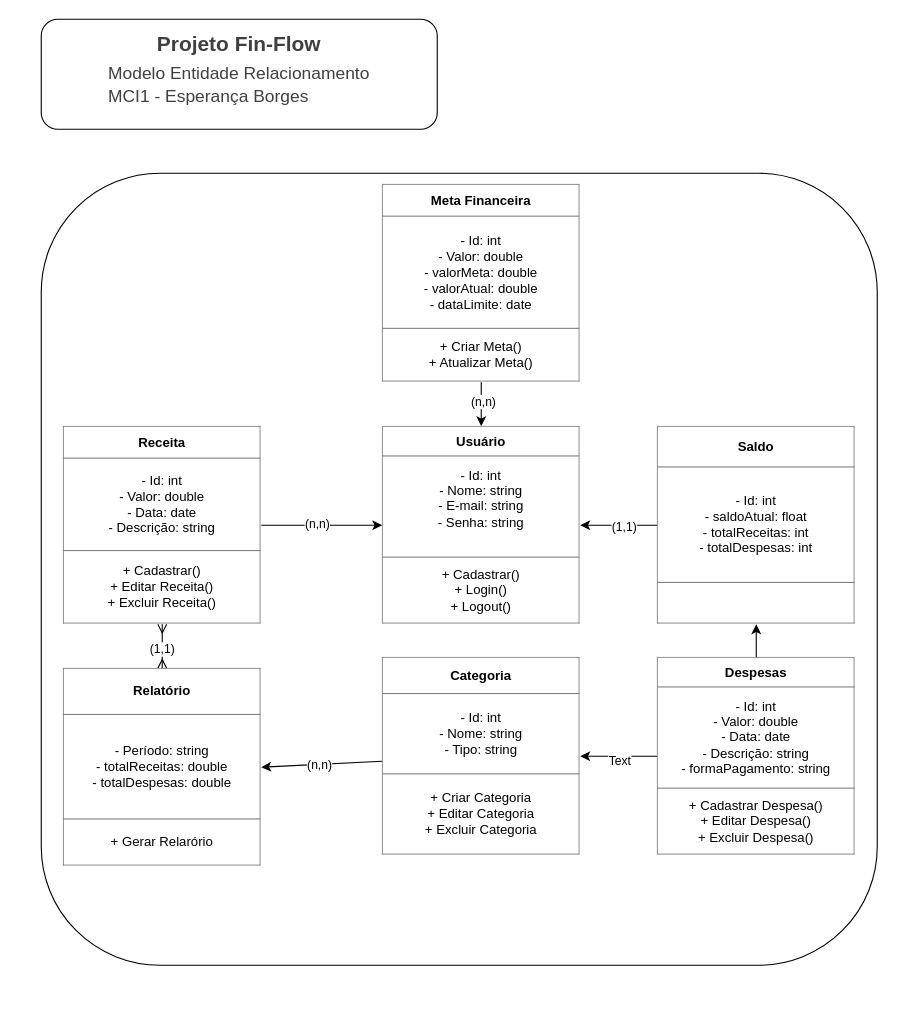
Earlier version of the draw.io diagram mer.drawio (Project-FinFlow/Documentation). Source tidied: cells renumbered, new cells numbered last; positions are measured from the earlier drawing's top-left corner, leaving out a move shared by most shapes. Both pictures are drawn from the tidied source at 110%, with x=0, y=0 at pixel (41, 19).
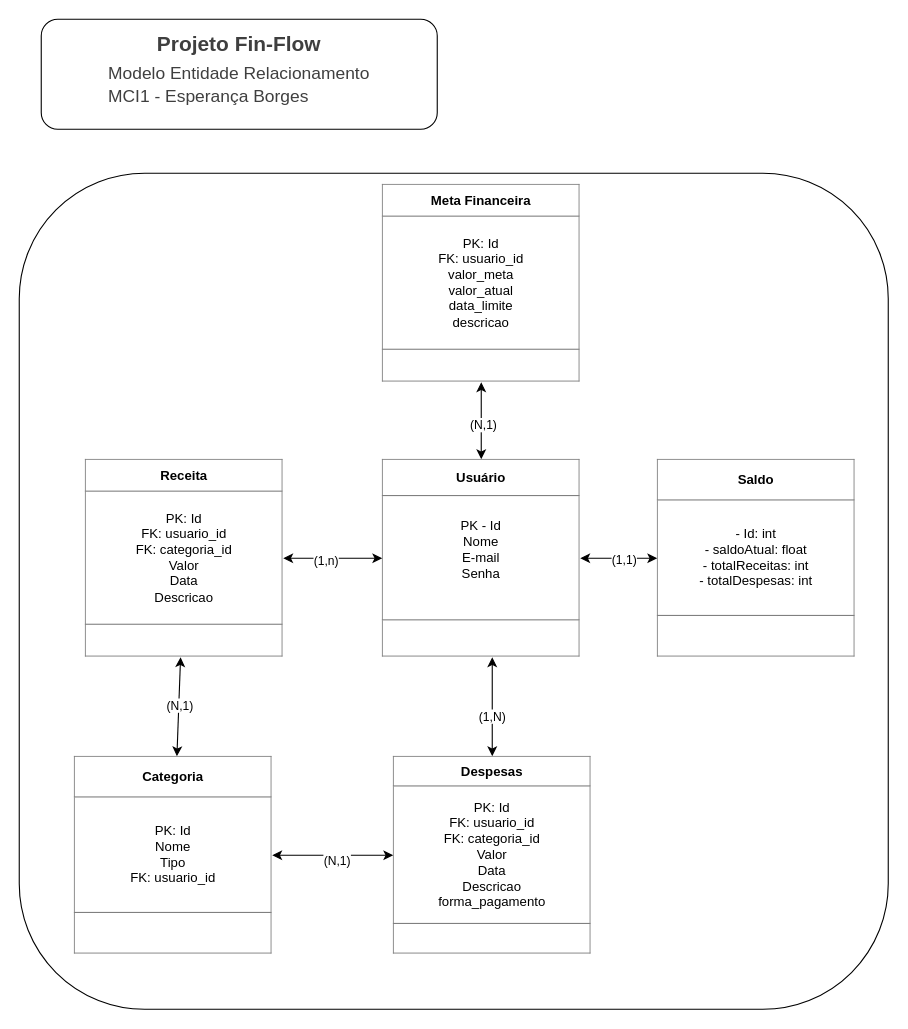
The same page after the edit.

What changed in the source:
```diff
@@
     <mxCell id="2" style="rounded=1;whiteSpace=wrap;html=1;" parent="1" vertex="1">
-      <mxGeometry y="140" width="760" height="720" as="geometry" />
+      <mxGeometry x="-20" y="140" width="790" height="760" as="geometry" />
     </mxCell>
+    <mxCell id="24" style="edgeStyle=none;html=1;entryX=0.5;entryY=1;entryDx=0;entryDy=0;startArrow=classic;startFill=1;" parent="1" edge="1" source="3" target="9">
+      <mxGeometry relative="1" as="geometry" />
+    </mxCell>
+    <mxCell id="25" value="(N,1)" style="edgeLabel;html=1;align=center;verticalAlign=middle;" parent="24" vertex="1">
+      <mxGeometry x="-0.09" y="-1" relative="1" as="geometry" />
+    </mxCell>
-    <mxCell id="3" value="&lt;table border=&quot;1&quot; width=&quot;100%&quot; height=&quot;100%&quot; cellpadding=&quot;4&quot; style=&quot;width:100%;height:100%;border-collapse:collapse;&quot;&gt;&lt;tbody&gt;&lt;tr&gt;&lt;th align=&quot;center&quot;&gt;&lt;b&gt;&lt;font style=&quot;color: light-dark(rgb(0, 0, 0), rgb(255, 255, 255));&quot;&gt;Usuário&lt;/font&gt;&lt;/b&gt;&lt;/th&gt;&lt;/tr&gt;&lt;tr&gt;&lt;td align=&quot;center&quot;&gt;&lt;font style=&quot;color: light-dark(rgb(0, 0, 0), rgb(255, 255, 255));&quot;&gt;- Id: int&lt;br&gt;- Nome: string&lt;br&gt;- E-mail: string&lt;br&gt;- Senha: string&lt;br&gt;&lt;br&gt;&lt;/font&gt;&lt;/td&gt;&lt;/tr&gt;&lt;tr&gt;&lt;td align=&quot;center&quot;&gt;&lt;font style=&quot;color: light-dark(rgb(0, 0, 0), rgb(255, 255, 255));&quot;&gt;+ Cadastrar()&lt;br&gt;+ Login()&lt;br&gt;+ Logout()&lt;/font&gt;&lt;/td&gt;&lt;/tr&gt;&lt;/tbody&gt;&lt;/table&gt;" style="text;html=1;whiteSpace=wrap;strokeColor=none;fillColor=none;overflow=fill;" parent="1" vertex="1">
-      <mxGeometry x="310" y="370" width="180" height="180" as="geometry" />
+    <mxCell id="3" value="&lt;table border=&quot;1&quot; width=&quot;100%&quot; height=&quot;100%&quot; cellpadding=&quot;4&quot; style=&quot;width:100%;height:100%;border-collapse:collapse;&quot;&gt;&lt;tbody&gt;&lt;tr&gt;&lt;th align=&quot;center&quot;&gt;&lt;b&gt;&lt;font style=&quot;color: light-dark(rgb(0, 0, 0), rgb(255, 255, 255));&quot;&gt;Usuário&lt;/font&gt;&lt;/b&gt;&lt;/th&gt;&lt;/tr&gt;&lt;tr&gt;&lt;td align=&quot;center&quot;&gt;&lt;font style=&quot;color: light-dark(rgb(0, 0, 0), rgb(255, 255, 255));&quot;&gt;PK - Id&lt;br&gt;Nome&lt;br&gt;E-mail&lt;br&gt;Senha&lt;br&gt;&lt;br&gt;&lt;/font&gt;&lt;/td&gt;&lt;/tr&gt;&lt;tr&gt;&lt;td align=&quot;center&quot;&gt;&lt;br&gt;&lt;/td&gt;&lt;/tr&gt;&lt;/tbody&gt;&lt;/table&gt;" style="text;html=1;whiteSpace=wrap;strokeColor=none;fillColor=none;overflow=fill;" parent="1" vertex="1">
+      <mxGeometry x="310" y="400" width="180" height="180" as="geometry" />
     </mxCell>
-    <mxCell id="4" style="edgeStyle=none;html=1;entryX=0;entryY=0.5;entryDx=0;entryDy=0;" parent="1" edge="1" source="6" target="3">
+    <mxCell id="4" style="edgeStyle=none;html=1;entryX=0;entryY=0.5;entryDx=0;entryDy=0;startArrow=classic;startFill=1;" parent="1" edge="1" source="6" target="3">
       <mxGeometry relative="1" as="geometry" />
     </mxCell>
-    <mxCell id="5" value="(n,n)" style="edgeLabel;html=1;align=center;verticalAlign=middle;" parent="4" vertex="1">
-      <mxGeometry x="-0.09" y="2" relative="1" as="geometry" />
-    </mxCell>
+    <mxCell id="26" value="(1,n)" style="edgeLabel;html=1;align=center;verticalAlign=middle;" parent="4" vertex="1">
+      <mxGeometry x="-0.16" y="-2" relative="1" as="geometry" />
+    </mxCell>
+    <mxCell id="27" style="edgeStyle=none;html=1;endArrow=classic;endFill=1;startArrow=classic;startFill=1;" parent="1" edge="1" source="6" target="12">
+      <mxGeometry relative="1" as="geometry" />
+    </mxCell>
+    <mxCell id="28" value="(N,1)" style="edgeLabel;html=1;align=center;verticalAlign=middle;" parent="27" vertex="1">
+      <mxGeometry x="-0.05" y="3" relative="1" as="geometry">
+        <mxPoint x="-3" as="offset" />
+      </mxGeometry>
+    </mxCell>
-    <mxCell id="6" value="&lt;table border=&quot;1&quot; width=&quot;100%&quot; height=&quot;100%&quot; cellpadding=&quot;4&quot; style=&quot;width:100%;height:100%;border-collapse:collapse;&quot;&gt;&lt;tbody&gt;&lt;tr&gt;&lt;th align=&quot;center&quot;&gt;&lt;b&gt;&lt;font style=&quot;color: light-dark(rgb(0, 0, 0), rgb(255, 255, 255));&quot;&gt;Receita&lt;/font&gt;&lt;/b&gt;&lt;/th&gt;&lt;/tr&gt;&lt;tr&gt;&lt;td align=&quot;center&quot;&gt;&lt;span&gt;&lt;font style=&quot;color: light-dark(rgb(0, 0, 0), rgb(255, 255, 255));&quot;&gt;- Id: int&lt;br&gt;- Valor: double&lt;br&gt;- Data: date&lt;br&gt;- Descrição: string&lt;/font&gt;&lt;/span&gt;&lt;/td&gt;&lt;/tr&gt;&lt;tr&gt;&lt;td align=&quot;center&quot;&gt;&lt;font style=&quot;color: light-dark(rgb(0, 0, 0), rgb(255, 255, 255));&quot;&gt;+ Cadastrar()&lt;br&gt;+ Editar Receita()&lt;br&gt;+ Excluir Receita()&lt;/font&gt;&lt;/td&gt;&lt;/tr&gt;&lt;/tbody&gt;&lt;/table&gt;" style="text;html=1;whiteSpace=wrap;strokeColor=none;fillColor=none;overflow=fill;" parent="1" vertex="1">
-      <mxGeometry x="20" y="370" width="180" height="180" as="geometry" />
+    <mxCell id="6" value="&lt;table border=&quot;1&quot; width=&quot;100%&quot; height=&quot;100%&quot; cellpadding=&quot;4&quot; style=&quot;width:100%;height:100%;border-collapse:collapse;&quot;&gt;&lt;tbody&gt;&lt;tr&gt;&lt;th align=&quot;center&quot;&gt;&lt;b&gt;&lt;font style=&quot;color: light-dark(rgb(0, 0, 0), rgb(255, 255, 255));&quot;&gt;Receita&lt;/font&gt;&lt;/b&gt;&lt;/th&gt;&lt;/tr&gt;&lt;tr&gt;&lt;td align=&quot;center&quot;&gt;&lt;span&gt;&lt;font style=&quot;color: light-dark(rgb(0, 0, 0), rgb(255, 255, 255));&quot;&gt;PK: Id&lt;br&gt;FK: usuario_id&lt;br&gt;FK: categoria_id&lt;br&gt;Valor&lt;br&gt;Data&lt;br&gt;Descricao&lt;/font&gt;&lt;/span&gt;&lt;/td&gt;&lt;/tr&gt;&lt;tr&gt;&lt;td align=&quot;center&quot;&gt;&lt;br&gt;&lt;/td&gt;&lt;/tr&gt;&lt;/tbody&gt;&lt;/table&gt;" style="text;html=1;whiteSpace=wrap;strokeColor=none;fillColor=none;overflow=fill;" parent="1" vertex="1">
+      <mxGeometry x="40" y="400" width="180" height="180" as="geometry" />
     </mxCell>
-    <mxCell id="7" style="edgeStyle=none;html=1;" parent="1" edge="1" source="9" target="3">
-      <mxGeometry relative="1" as="geometry" />
-    </mxCell>
-    <mxCell id="8" value="(n,n)" style="edgeLabel;html=1;align=center;verticalAlign=middle;" parent="7" vertex="1">
-      <mxGeometry x="-0.15" y="1" relative="1" as="geometry" />
-    </mxCell>
-    <mxCell id="9" value="&lt;table border=&quot;1&quot; width=&quot;100%&quot; height=&quot;100%&quot; cellpadding=&quot;4&quot; style=&quot;width:100%;height:100%;border-collapse:collapse;&quot;&gt;&lt;tbody&gt;&lt;tr&gt;&lt;th align=&quot;center&quot;&gt;&lt;font style=&quot;color: light-dark(rgb(0, 0, 0), rgb(255, 255, 255));&quot;&gt;Meta Financeira&lt;/font&gt;&lt;/th&gt;&lt;/tr&gt;&lt;tr&gt;&lt;td align=&quot;center&quot;&gt;&lt;font style=&quot;color: light-dark(rgb(0, 0, 0), rgb(255, 255, 255));&quot;&gt;- Id: int&lt;br&gt;- Valor: double&lt;br&gt;- valorMeta: double&lt;br&gt;- valorAtual: double&lt;br&gt;- dataLimite: date&lt;/font&gt;&lt;/td&gt;&lt;/tr&gt;&lt;tr&gt;&lt;td align=&quot;center&quot;&gt;&lt;font style=&quot;color: light-dark(rgb(0, 0, 0), rgb(255, 255, 255));&quot;&gt;+ Criar Meta()&lt;br&gt;+ Atualizar Meta()&lt;/font&gt;&lt;/td&gt;&lt;/tr&gt;&lt;/tbody&gt;&lt;/table&gt;" style="text;html=1;whiteSpace=wrap;strokeColor=none;fillColor=none;overflow=fill;" parent="1" vertex="1">
+    <mxCell id="9" value="&lt;table border=&quot;1&quot; width=&quot;100%&quot; height=&quot;100%&quot; cellpadding=&quot;4&quot; style=&quot;width:100%;height:100%;border-collapse:collapse;&quot;&gt;&lt;tbody&gt;&lt;tr&gt;&lt;th align=&quot;center&quot;&gt;&lt;font style=&quot;color: light-dark(rgb(0, 0, 0), rgb(255, 255, 255));&quot;&gt;Meta Financeira&lt;/font&gt;&lt;/th&gt;&lt;/tr&gt;&lt;tr&gt;&lt;td align=&quot;center&quot;&gt;&lt;font style=&quot;color: light-dark(rgb(0, 0, 0), rgb(255, 255, 255));&quot;&gt;PK: Id&lt;br&gt;FK: usuario_id&lt;br&gt;valor_meta&lt;br&gt;valor_atual&lt;br&gt;data_limite&lt;br&gt;descricao&lt;/font&gt;&lt;/td&gt;&lt;/tr&gt;&lt;tr&gt;&lt;td align=&quot;center&quot;&gt;&lt;br&gt;&lt;/td&gt;&lt;/tr&gt;&lt;/tbody&gt;&lt;/table&gt;" style="text;html=1;whiteSpace=wrap;strokeColor=none;fillColor=none;overflow=fill;" parent="1" vertex="1">
       <mxGeometry x="310" y="150" width="180" height="180" as="geometry" />
     </mxCell>
-    <mxCell id="10" style="edgeStyle=none;html=1;entryX=1;entryY=0.5;entryDx=0;entryDy=0;" parent="1" edge="1" source="12" target="22">
-      <mxGeometry relative="1" as="geometry" />
-    </mxCell>
-    <mxCell id="11" value="(n,n)" style="edgeLabel;html=1;align=center;verticalAlign=middle;" parent="10" vertex="1">
-      <mxGeometry x="0.05" relative="1" as="geometry" />
-    </mxCell>
-    <mxCell id="12" value="&lt;table border=&quot;1&quot; width=&quot;100%&quot; height=&quot;100%&quot; cellpadding=&quot;4&quot; style=&quot;width:100%;height:100%;border-collapse:collapse;&quot;&gt;&lt;tbody&gt;&lt;tr&gt;&lt;th align=&quot;center&quot;&gt;&lt;b&gt;&lt;font style=&quot;color: light-dark(rgb(0, 0, 0), rgb(255, 255, 255));&quot;&gt;Categoria&lt;/font&gt;&lt;/b&gt;&lt;/th&gt;&lt;/tr&gt;&lt;tr&gt;&lt;td align=&quot;center&quot;&gt;&lt;font style=&quot;color: light-dark(rgb(0, 0, 0), rgb(255, 255, 255));&quot;&gt;- Id: int&lt;br&gt;- Nome: string&lt;br&gt;- Tipo: string&lt;br&gt;&lt;/font&gt;&lt;/td&gt;&lt;/tr&gt;&lt;tr&gt;&lt;td align=&quot;center&quot;&gt;&lt;font style=&quot;color: light-dark(rgb(0, 0, 0), rgb(255, 255, 255));&quot;&gt;+ Criar Categoria&lt;br&gt;+ Editar Categoria&lt;br&gt;+ Excluir Categoria&lt;/font&gt;&lt;/td&gt;&lt;/tr&gt;&lt;/tbody&gt;&lt;/table&gt;" style="text;html=1;whiteSpace=wrap;strokeColor=none;fillColor=none;overflow=fill;" parent="1" vertex="1">
-      <mxGeometry x="310" y="580" width="180" height="180" as="geometry" />
+    <mxCell id="12" value="&lt;table border=&quot;1&quot; width=&quot;100%&quot; height=&quot;100%&quot; cellpadding=&quot;4&quot; style=&quot;width:100%;height:100%;border-collapse:collapse;&quot;&gt;&lt;tbody&gt;&lt;tr&gt;&lt;th align=&quot;center&quot;&gt;&lt;b&gt;&lt;font style=&quot;color: light-dark(rgb(0, 0, 0), rgb(255, 255, 255));&quot;&gt;Categoria&lt;/font&gt;&lt;/b&gt;&lt;/th&gt;&lt;/tr&gt;&lt;tr&gt;&lt;td align=&quot;center&quot;&gt;&lt;font style=&quot;color: light-dark(rgb(0, 0, 0), rgb(255, 255, 255));&quot;&gt;PK: Id&lt;br&gt;Nome&lt;br&gt;Tipo&lt;br&gt;FK: usuario_id&lt;/font&gt;&lt;/td&gt;&lt;/tr&gt;&lt;tr&gt;&lt;td align=&quot;center&quot;&gt;&lt;br&gt;&lt;/td&gt;&lt;/tr&gt;&lt;/tbody&gt;&lt;/table&gt;" style="text;html=1;whiteSpace=wrap;strokeColor=none;fillColor=none;overflow=fill;" parent="1" vertex="1">
+      <mxGeometry x="30" y="670" width="180" height="180" as="geometry" />
     </mxCell>
-    <mxCell id="13" style="edgeStyle=none;html=1;" parent="1" edge="1" source="15" target="3">
+    <mxCell id="13" style="edgeStyle=none;html=1;startArrow=classic;startFill=1;" parent="1" edge="1" source="15" target="3">
       <mxGeometry relative="1" as="geometry" />
     </mxCell>
@@
     <mxCell id="15" value="&lt;table border=&quot;1&quot; width=&quot;100%&quot; height=&quot;100%&quot; cellpadding=&quot;4&quot; style=&quot;width:100%;height:100%;border-collapse:collapse;&quot;&gt;&lt;tbody&gt;&lt;tr&gt;&lt;th align=&quot;center&quot;&gt;&lt;b&gt;&lt;font style=&quot;color: light-dark(rgb(0, 0, 0), rgb(255, 255, 255));&quot;&gt;Saldo&lt;/font&gt;&lt;/b&gt;&lt;/th&gt;&lt;/tr&gt;&lt;tr&gt;&lt;td align=&quot;center&quot;&gt;&lt;font style=&quot;color: light-dark(rgb(0, 0, 0), rgb(255, 255, 255));&quot;&gt;- Id: int&lt;br&gt;- saldoAtual: float&lt;br&gt;- totalReceitas: int&lt;br&gt;- totalDespesas: int&lt;/font&gt;&lt;/td&gt;&lt;/tr&gt;&lt;tr&gt;&lt;td align=&quot;center&quot;&gt;&lt;font style=&quot;color: light-dark(rgb(0, 0, 0), rgb(255, 255, 255));&quot;&gt;&lt;br&gt;&lt;/font&gt;&lt;/td&gt;&lt;/tr&gt;&lt;/tbody&gt;&lt;/table&gt;" style="text;html=1;whiteSpace=wrap;strokeColor=none;fillColor=none;overflow=fill;" parent="1" vertex="1">
-      <mxGeometry x="560" y="370" width="180" height="180" as="geometry" />
+      <mxGeometry x="560" y="400" width="180" height="180" as="geometry" />
     </mxCell>
-    <mxCell id="16" style="edgeStyle=none;html=1;" parent="1" edge="1" source="19" target="12">
+    <mxCell id="16" style="edgeStyle=none;html=1;startArrow=classic;startFill=1;" parent="1" edge="1" source="19" target="12">
       <mxGeometry relative="1" as="geometry" />
     </mxCell>
-    <mxCell id="17" value="Text" style="edgeLabel;html=1;align=center;verticalAlign=middle;" parent="16" vertex="1">
-      <mxGeometry y="3" relative="1" as="geometry" />
-    </mxCell>
+    <mxCell id="29" value="(N,1)" style="edgeLabel;html=1;align=center;verticalAlign=middle;" parent="16" vertex="1">
+      <mxGeometry x="-0.05" y="4" relative="1" as="geometry" />
+    </mxCell>
-    <mxCell id="18" style="edgeStyle=none;html=1;" parent="1" edge="1" source="19" target="15">
-      <mxGeometry relative="1" as="geometry" />
+    <mxCell id="18" style="edgeStyle=none;html=1;exitX=0.5;exitY=0;exitDx=0;exitDy=0;startArrow=classic;startFill=1;" parent="1" edge="1" source="19">
+      <mxGeometry relative="1" as="geometry">
+        <mxPoint x="410" y="580" as="targetPoint" />
+      </mxGeometry>
     </mxCell>
+    <mxCell id="30" value="(1,N)" style="edgeLabel;html=1;align=center;verticalAlign=middle;" parent="18" vertex="1">
+      <mxGeometry x="-0.17" y="1" relative="1" as="geometry" />
+    </mxCell>
-    <mxCell id="19" value="&lt;table border=&quot;1&quot; width=&quot;100%&quot; height=&quot;100%&quot; cellpadding=&quot;4&quot; style=&quot;width:100%;height:100%;border-collapse:collapse;&quot;&gt;&lt;tbody&gt;&lt;tr&gt;&lt;th align=&quot;center&quot;&gt;&lt;b&gt;&lt;font style=&quot;color: light-dark(rgb(0, 0, 0), rgb(255, 255, 255));&quot;&gt;Despesas&lt;/font&gt;&lt;/b&gt;&lt;/th&gt;&lt;/tr&gt;&lt;tr&gt;&lt;td align=&quot;center&quot;&gt;&lt;font style=&quot;color: light-dark(rgb(0, 0, 0), rgb(255, 255, 255));&quot;&gt;- Id: int&lt;br&gt;- Valor: double&lt;br&gt;- Data: date&lt;br&gt;- Descrição: string&lt;br&gt;- formaPagamento: string&lt;/font&gt;&lt;/td&gt;&lt;/tr&gt;&lt;tr&gt;&lt;td align=&quot;center&quot;&gt;&lt;font&gt;&lt;font style=&quot;color: light-dark(rgb(0, 0, 0), rgb(255, 255, 255));&quot;&gt;+ Cadastrar Despesa()&lt;br&gt;+ Editar Despesa()&lt;br&gt;+ Excluir Despesa()&lt;/font&gt;&lt;br&gt;&lt;/font&gt;&lt;/td&gt;&lt;/tr&gt;&lt;/tbody&gt;&lt;/table&gt;" style="text;html=1;whiteSpace=wrap;strokeColor=none;fillColor=none;overflow=fill;" parent="1" vertex="1">
-      <mxGeometry x="560" y="580" width="180" height="180" as="geometry" />
+    <mxCell id="19" value="&lt;table border=&quot;1&quot; width=&quot;100%&quot; height=&quot;100%&quot; cellpadding=&quot;4&quot; style=&quot;width:100%;height:100%;border-collapse:collapse;&quot;&gt;&lt;tbody&gt;&lt;tr&gt;&lt;th align=&quot;center&quot;&gt;&lt;b&gt;&lt;font style=&quot;color: light-dark(rgb(0, 0, 0), rgb(255, 255, 255));&quot;&gt;Despesas&lt;/font&gt;&lt;/b&gt;&lt;/th&gt;&lt;/tr&gt;&lt;tr&gt;&lt;td align=&quot;center&quot;&gt;&lt;font style=&quot;color: light-dark(rgb(0, 0, 0), rgb(255, 255, 255));&quot;&gt;PK: Id&lt;br&gt;FK: usuario_id&lt;br&gt;FK:&amp;nbsp;categoria_id&lt;br&gt;Valor&lt;br&gt;Data&lt;br&gt;Descricao&lt;br&gt;forma_pagamento&lt;/font&gt;&lt;/td&gt;&lt;/tr&gt;&lt;tr&gt;&lt;td align=&quot;center&quot;&gt;&lt;font&gt;&lt;br&gt;&lt;/font&gt;&lt;/td&gt;&lt;/tr&gt;&lt;/tbody&gt;&lt;/table&gt;" style="text;html=1;whiteSpace=wrap;strokeColor=none;fillColor=none;overflow=fill;" parent="1" vertex="1">
+      <mxGeometry x="320" y="670" width="180" height="180" as="geometry" />
     </mxCell>
-    <mxCell id="20" style="edgeStyle=none;html=1;startArrow=ERmany;startFill=0;endArrow=ERmany;endFill=0;" parent="1" edge="1" source="22" target="6">
-      <mxGeometry relative="1" as="geometry" />
-    </mxCell>
-    <mxCell id="21" value="(1,1)" style="edgeLabel;html=1;align=center;verticalAlign=middle;" parent="20" vertex="1">
-      <mxGeometry x="-0.1" y="1" relative="1" as="geometry" />
-    </mxCell>
-    <mxCell id="22" value="&lt;table border=&quot;1&quot; width=&quot;100%&quot; height=&quot;100%&quot; cellpadding=&quot;4&quot; style=&quot;width:100%;height:100%;border-collapse:collapse;&quot;&gt;&lt;tbody&gt;&lt;tr&gt;&lt;th align=&quot;center&quot;&gt;&lt;b&gt;&lt;font style=&quot;color: light-dark(rgb(0, 0, 0), rgb(255, 255, 255));&quot;&gt;Relatório&lt;/font&gt;&lt;/b&gt;&lt;/th&gt;&lt;/tr&gt;&lt;tr&gt;&lt;td align=&quot;center&quot;&gt;&lt;font style=&quot;color: light-dark(rgb(0, 0, 0), rgb(255, 255, 255));&quot;&gt;- Período: string&lt;br&gt;- totalReceitas: double&lt;br&gt;- totalDespesas: double&lt;/font&gt;&lt;/td&gt;&lt;/tr&gt;&lt;tr&gt;&lt;td align=&quot;center&quot;&gt;&lt;font style=&quot;color: light-dark(rgb(0, 0, 0), rgb(255, 255, 255));&quot;&gt;+ Gerar Relarório&lt;/font&gt;&lt;/td&gt;&lt;/tr&gt;&lt;/tbody&gt;&lt;/table&gt;" style="text;html=1;whiteSpace=wrap;strokeColor=none;fillColor=none;overflow=fill;" parent="1" vertex="1">
-      <mxGeometry x="20" y="590" width="180" height="180" as="geometry" />
-    </mxCell>
```
